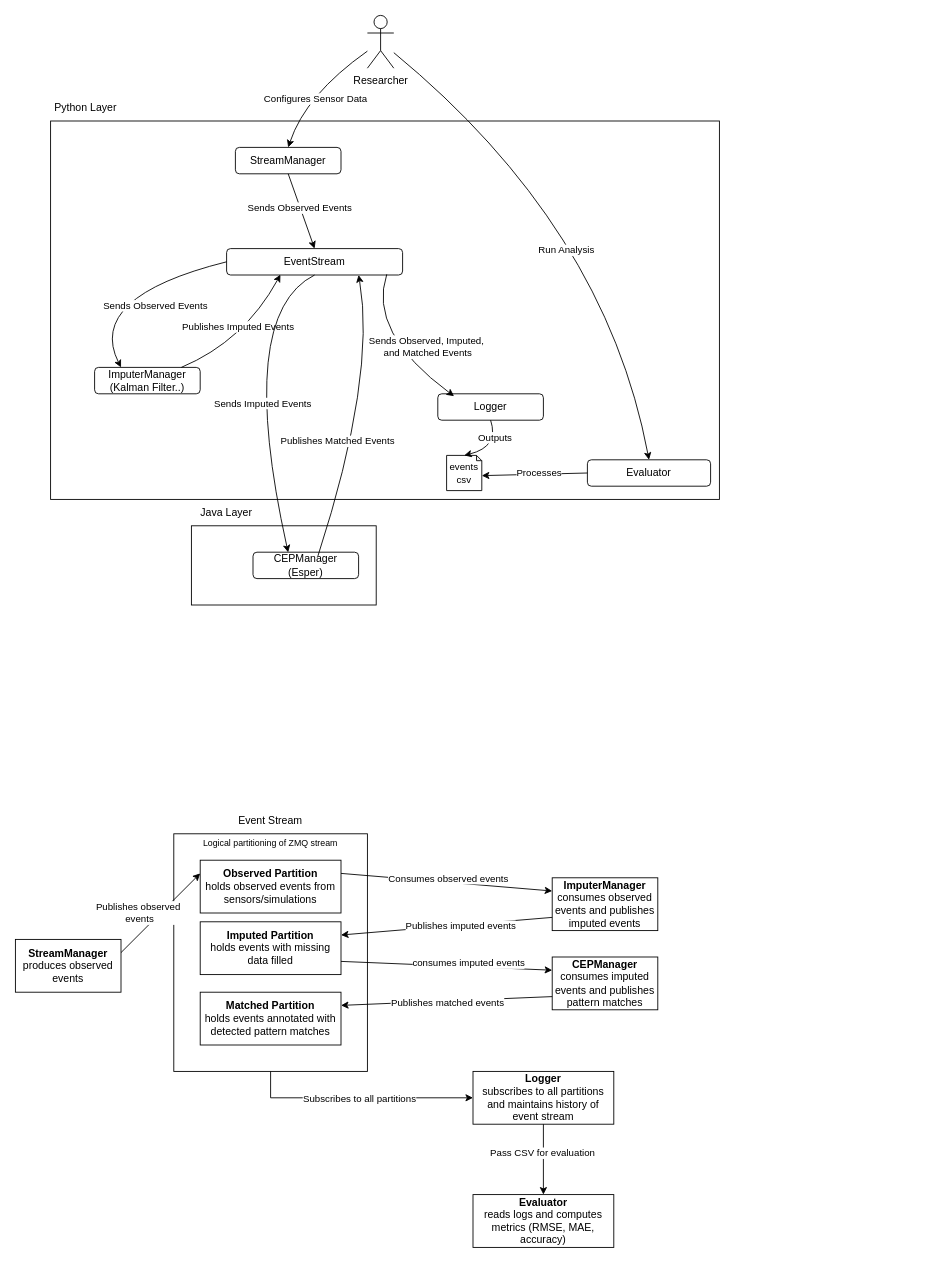
This is docs/architecture diagrams/Architectural Diagrams.drawio from ssm-lab/sots_cep, a draw.io file, before an edit. Source tidied: cells renumbered, new cells numbered last; positions are measured from the earlier drawing's top-left corner, leaving out a move shared by most shapes. Both pictures are drawn from the tidied source at 88%, with x=0, y=0 at pixel (15, 15).
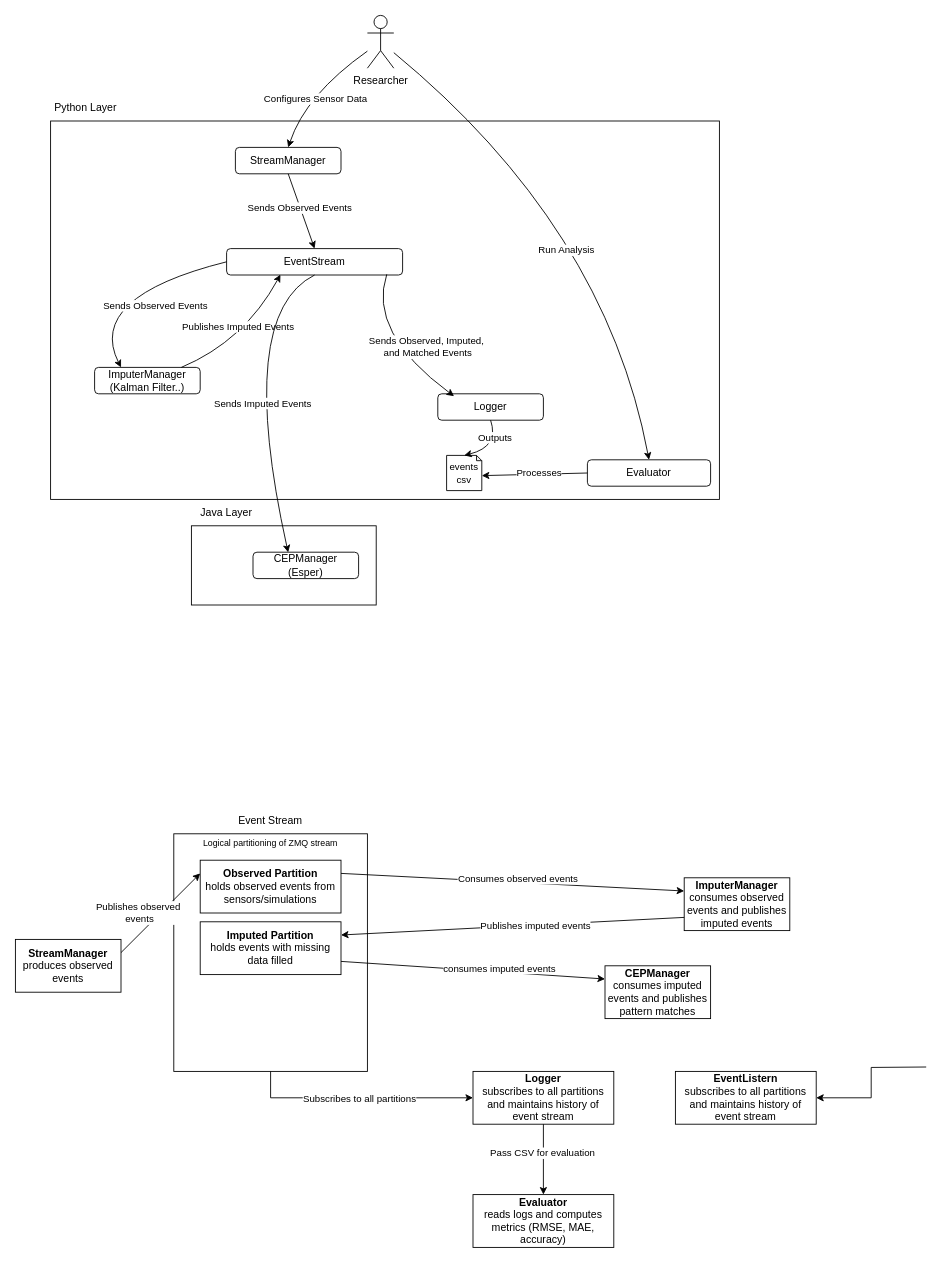
The same diagram, later.

The change refers to these unchanged cells:
```xml
<mxCell id="8" value="EventStream" style="rounded=1;whiteSpace=wrap;html=1;" parent="1" vertex="1">
  <mxGeometry x="240" y="265" width="200" height="30" as="geometry" />
</mxCell>
<mxCell id="17" value="CEPManager&lt;div&gt;(Esper)&lt;/div&gt;" style="rounded=1;whiteSpace=wrap;html=1;" parent="1" vertex="1">
  <mxGeometry x="270" y="610" width="120" height="30" as="geometry" />
</mxCell>
```

The edit, as a diff of the source:
```diff
@@
-    <mxCell id="22" style="endArrow=classic;html=1;rounded=0;exitX=0.615;exitY=0.141;exitDx=0;exitDy=0;exitPerimeter=0;entryX=0.75;entryY=1;entryDx=0;entryDy=0;curved=1;" parent="1" edge="1" source="17" target="8">
-      <mxGeometry relative="1" as="geometry">
-        <Array as="points">
-          <mxPoint x="410" y="410" />
-        </Array>
-      </mxGeometry>
-    </mxCell>
-    <mxCell id="23" value="Publishes Matched Events" style="edgeLabel;html=1;align=center;verticalAlign=middle;" parent="22" vertex="1">
-      <mxGeometry x="-0.1" y="26" relative="1" as="geometry">
-        <mxPoint y="19" as="offset" />
-      </mxGeometry>
-    </mxCell>
@@
-    <mxCell id="38" value="&lt;b&gt;Matched Partition&lt;/b&gt;&lt;div&gt;holds events annotated with detected pattern matches&lt;/div&gt;" style="rounded=0;whiteSpace=wrap;html=1;" parent="1" vertex="1">
-      <mxGeometry x="210" y="1110" width="160" height="60" as="geometry" />
-    </mxCell>
@@
     <mxCell id="40" value="&lt;b&gt;ImputerManager&lt;/b&gt;&lt;div&gt;consumes observed events and publishes imputed events&lt;/div&gt;" style="rounded=0;whiteSpace=wrap;html=1;" parent="1" vertex="1">
-      <mxGeometry x="610" y="980" width="120" height="60" as="geometry" />
+      <mxGeometry x="760" y="980" width="120" height="60" as="geometry" />
     </mxCell>
     <mxCell id="41" value="&lt;b&gt;CEPManager&lt;/b&gt;&lt;div&gt;consumes imputed events and publishes pattern matches&lt;/div&gt;" style="rounded=0;whiteSpace=wrap;html=1;" parent="1" vertex="1">
-      <mxGeometry x="610" y="1070" width="120" height="60" as="geometry" />
+      <mxGeometry x="670" y="1080" width="120" height="60" as="geometry" />
     </mxCell>
@@
-    <mxCell id="55" style="endArrow=classic;html=1;rounded=0;exitX=0;exitY=0.75;exitDx=0;exitDy=0;entryX=1;entryY=0.25;entryDx=0;entryDy=0;" parent="1" edge="1" source="41" target="38">
-      <mxGeometry relative="1" as="geometry" />
-    </mxCell>
-    <mxCell id="56" value="Publishes matched events" style="edgeLabel;html=1;align=center;verticalAlign=middle;" parent="55" vertex="1">
-      <mxGeometry y="2" relative="1" as="geometry" />
-    </mxCell>
@@
+    <mxCell id="59" style="edgeStyle=orthogonalEdgeStyle;rounded=0;jettySize=auto;html=1;exitX=0.25;exitY=1;exitDx=0;exitDy=0;entryX=1;entryY=0.5;entryDx=0;entryDy=0;" parent="1" edge="1" target="60">
+      <mxGeometry relative="1" as="geometry">
+        <mxPoint x="1035" y="1195" as="sourcePoint" />
+      </mxGeometry>
+    </mxCell>
+    <mxCell id="60" value="&lt;b&gt;EventListern&lt;/b&gt;&lt;br&gt;&lt;div&gt;subscribes to all partitions and maintains history of event stream&lt;/div&gt;" style="rounded=0;whiteSpace=wrap;html=1;" parent="1" vertex="1">
+      <mxGeometry x="750" y="1200" width="160" height="60" as="geometry" />
+    </mxCell>
```
